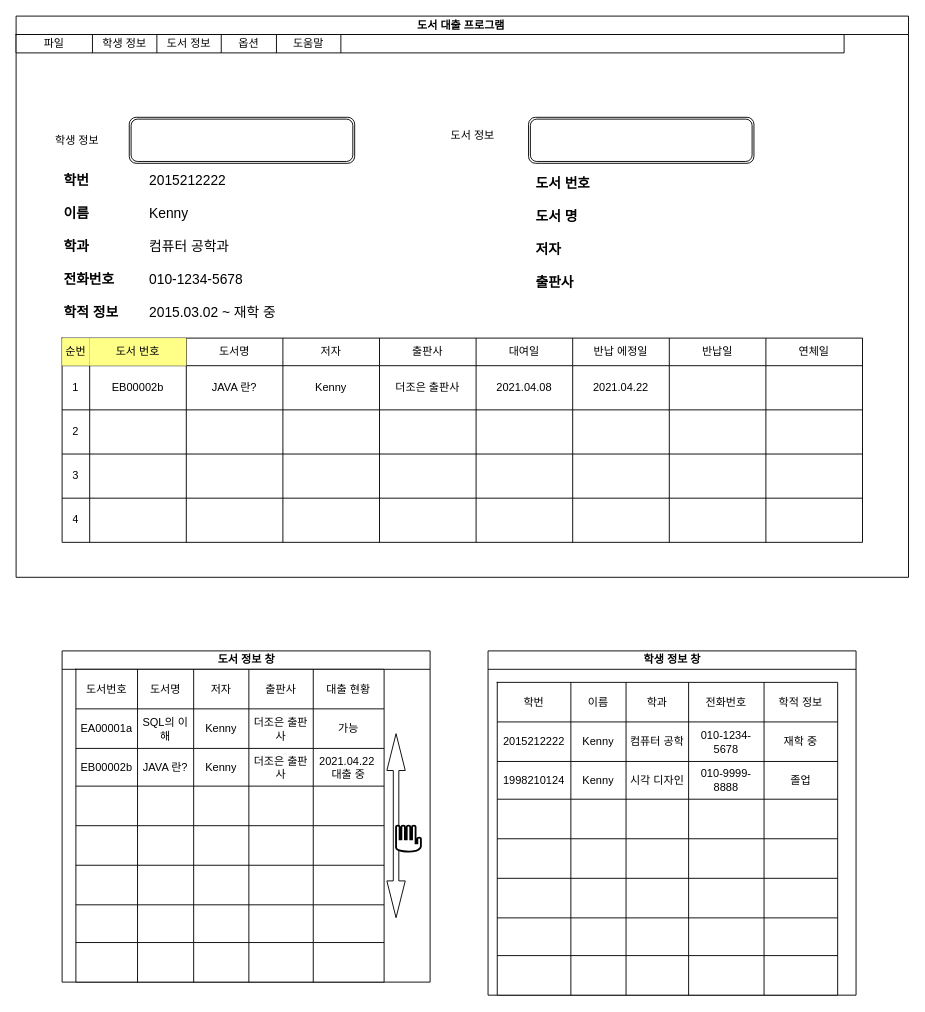
Above: Untitled Diagram.drawio in SooHoon95/Javalec-Real (draw.io), before the change. Source tidied: cells renumbered, new cells numbered last; positions are measured from the earlier drawing's top-left corner, leaving out a move shared by most shapes. Both pictures are drawn from the tidied source at 92%, with x=0, y=0 at pixel (16, 16).
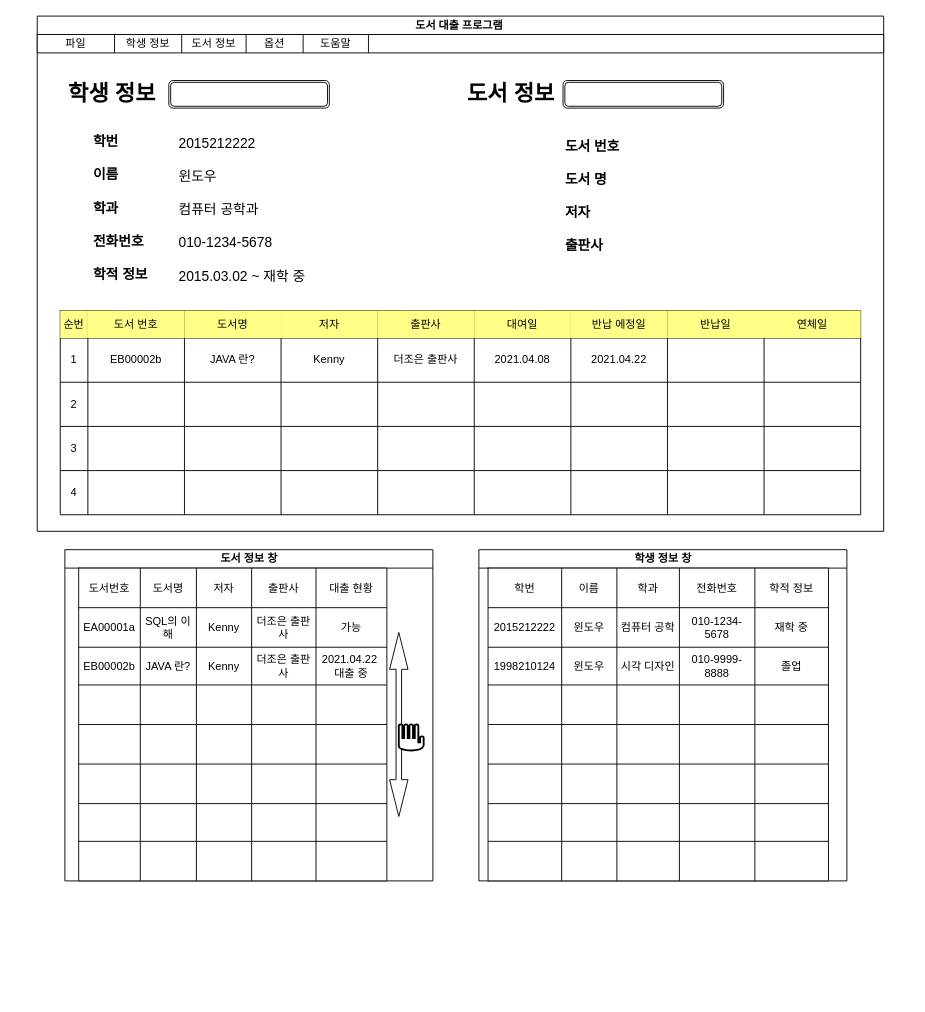
Above is the later version.

The change refers to these unchanged cells:
```xml
<mxCell id="10" style="shape=partialRectangle;html=1;whiteSpace=wrap;fillColor=none;top=0;left=0;bottom=0;right=0;" parent="9" vertex="1">
  <mxGeometry width="870" height="30" as="geometry" />
</mxCell>
<mxCell id="129" style="shape=partialRectangle;html=1;whiteSpace=wrap;fillColor=none;top=0;left=0;bottom=0;right=0;" parent="122" vertex="1">
  <mxGeometry y="43" width="370" height="43" as="geometry" />
</mxCell>
<mxCell id="135" style="shape=partialRectangle;html=1;whiteSpace=wrap;fillColor=none;top=0;left=0;bottom=0;right=0;" parent="122" vertex="1">
  <mxGeometry y="86" width="370" height="41" as="geometry" />
</mxCell>
```

What changed in the source:
```diff
@@
     <mxCell id="2" value="도서 대출 프로그램&amp;nbsp;" style="swimlane;html=1;startSize=20;horizontal=1;containerType=tree;newEdgeStyle={&quot;edgeStyle&quot;:&quot;elbowEdgeStyle&quot;,&quot;startArrow&quot;:&quot;none&quot;,&quot;endArrow&quot;:&quot;none&quot;};" parent="1" vertex="1">
-      <mxGeometry width="970" height="610" as="geometry" />
+      <mxGeometry x="23" width="920" height="560" as="geometry" />
     </mxCell>
     <mxCell id="3" value="&lt;div style=&quot;font-size: 15px&quot;&gt;&lt;b&gt;학번&amp;nbsp;&lt;/b&gt;&lt;/div&gt;&lt;div style=&quot;font-size: 15px&quot;&gt;&lt;b&gt;&lt;br style=&quot;font-size: 15px&quot;&gt;&lt;/b&gt;&lt;/div&gt;&lt;div style=&quot;font-size: 15px&quot;&gt;&lt;b&gt;이름&lt;/b&gt;&lt;/div&gt;&lt;div style=&quot;font-size: 15px&quot;&gt;&lt;b&gt;&lt;br style=&quot;font-size: 15px&quot;&gt;&lt;/b&gt;&lt;/div&gt;&lt;div style=&quot;font-size: 15px&quot;&gt;&lt;b&gt;학과&lt;/b&gt;&lt;/div&gt;&lt;div style=&quot;font-size: 15px&quot;&gt;&lt;b&gt;&lt;br style=&quot;font-size: 15px&quot;&gt;&lt;/b&gt;&lt;/div&gt;&lt;div style=&quot;font-size: 15px&quot;&gt;&lt;b&gt;전화번호&lt;/b&gt;&lt;/div&gt;&lt;div style=&quot;font-size: 15px&quot;&gt;&lt;b&gt;&lt;br style=&quot;font-size: 15px&quot;&gt;&lt;/b&gt;&lt;/div&gt;&lt;div style=&quot;font-size: 15px&quot;&gt;&lt;b&gt;학적 정보&amp;nbsp;&lt;/b&gt;&lt;/div&gt;" style="text;strokeColor=none;fillColor=none;html=1;whiteSpace=wrap;verticalAlign=middle;overflow=hidden;fontSize=15;" parent="2" vertex="1">
-      <mxGeometry x="50" y="160" width="70" height="180" as="geometry" />
+      <mxGeometry x="58.5" y="125" width="70" height="165" as="geometry" />
     </mxCell>
-    <mxCell id="4" style="shape=ext;double=1;rounded=1;whiteSpace=wrap;html=1;" parent="2" vertex="1">
-      <mxGeometry x="123" y="110" width="245" height="50" as="geometry" />
-    </mxCell>
     <mxCell id="5" style="shape=ext;double=1;rounded=1;whiteSpace=wrap;html=1;" parent="2" vertex="1">
-      <mxGeometry x="557" y="110" width="245" height="50" as="geometry" />
+      <mxGeometry x="571.5" y="70" width="174.5" height="30" as="geometry" />
     </mxCell>
     <mxCell id="6" value="&lt;b&gt;도서 번호&lt;br style=&quot;font-size: 15px&quot;&gt;&lt;br style=&quot;font-size: 15px&quot;&gt;도서 명&lt;br style=&quot;font-size: 15px&quot;&gt;&lt;br style=&quot;font-size: 15px&quot;&gt;저자&lt;br style=&quot;font-size: 15px&quot;&gt;&lt;br style=&quot;font-size: 15px&quot;&gt;출판사&lt;/b&gt;" style="text;strokeColor=none;fillColor=none;html=1;whiteSpace=wrap;verticalAlign=middle;overflow=hidden;fontSize=15;" parent="2" vertex="1">
-      <mxGeometry x="563" y="170" width="67" height="130" as="geometry" />
+      <mxGeometry x="571.5" y="130" width="67" height="130" as="geometry" />
     </mxCell>
-    <mxCell id="7" value="&lt;div&gt;학생 정보&lt;/div&gt;" style="text;strokeColor=none;fillColor=none;html=1;whiteSpace=wrap;verticalAlign=middle;overflow=hidden;align=center;" parent="2" vertex="1">
-      <mxGeometry x="33" y="115" width="67" height="40" as="geometry" />
+    <mxCell id="7" value="&lt;div style=&quot;font-size: 24px;&quot;&gt;학생 정보&lt;/div&gt;" style="text;strokeColor=none;fillColor=none;html=1;whiteSpace=wrap;verticalAlign=middle;overflow=hidden;align=center;fontSize=24;fontStyle=1;" parent="2" vertex="1">
+      <mxGeometry x="33" y="65" width="97" height="40" as="geometry" />
     </mxCell>
-    <mxCell id="8" value="&lt;div&gt;도서 정보&lt;/div&gt;" style="text;strokeColor=none;fillColor=none;html=1;whiteSpace=wrap;verticalAlign=middle;overflow=hidden;align=center;" parent="2" vertex="1">
-      <mxGeometry x="463" y="110" width="67" height="40" as="geometry" />
+    <mxCell id="8" value="&lt;div style=&quot;font-size: 24px;&quot;&gt;도서 정보&lt;/div&gt;" style="text;strokeColor=none;fillColor=none;html=1;whiteSpace=wrap;verticalAlign=middle;overflow=hidden;align=center;fontSize=24;fontStyle=1;" parent="2" vertex="1">
+      <mxGeometry x="460" y="65" width="110" height="40" as="geometry" />
     </mxCell>
     <mxCell id="9" style="shape=table;html=1;whiteSpace=wrap;startSize=0;childLayout=tableLayout;" parent="2" vertex="1">
-      <mxGeometry x="50" y="350" width="870" height="222" as="geometry" />
+      <mxGeometry x="25" y="320" width="870" height="222" as="geometry" />
     </mxCell>
@@
-    <mxCell id="11" value="순번" style="shape=partialRectangle;html=1;whiteSpace=wrap;overflow=hidden;fillColor=#ffff88;top=0;left=0;bottom=0;right=0;strokeColor=#36393d;" parent="10" vertex="1">
+    <mxCell id="11" value="순번" style="shape=partialRectangle;html=1;whiteSpace=wrap;overflow=hidden;fillColor=#ffff88;top=0;left=0;bottom=0;right=0;strokeWidth=5;" parent="10" vertex="1">
       <mxGeometry width="30" height="30" as="geometry" />
     </mxCell>
-    <mxCell id="12" value="도서 번호" style="shape=partialRectangle;html=1;whiteSpace=wrap;overflow=hidden;fillColor=#ffff88;top=0;left=0;bottom=0;right=0;strokeColor=#36393d;" parent="10" vertex="1">
+    <mxCell id="12" value="도서 번호" style="shape=partialRectangle;html=1;whiteSpace=wrap;overflow=hidden;fillColor=#ffff88;top=0;left=0;bottom=0;right=0;strokeWidth=5;perimeterSpacing=5;" parent="10" vertex="1">
       <mxGeometry x="30" width="105" height="30" as="geometry" />
     </mxCell>
-    <mxCell id="13" value="도서명" style="shape=partialRectangle;html=1;whiteSpace=wrap;overflow=hidden;fillColor=none;top=0;left=0;bottom=0;right=0;" parent="10" vertex="1">
+    <mxCell id="13" value="도서명" style="shape=partialRectangle;html=1;whiteSpace=wrap;overflow=hidden;fillColor=#ffff88;top=0;left=0;bottom=0;right=0;strokeWidth=5;" parent="10" vertex="1">
       <mxGeometry x="135" width="105" height="30" as="geometry" />
     </mxCell>
-    <mxCell id="14" value="저자" style="shape=partialRectangle;html=1;whiteSpace=wrap;overflow=hidden;fillColor=none;top=0;left=0;bottom=0;right=0;" parent="10" vertex="1">
+    <mxCell id="14" value="저자" style="shape=partialRectangle;html=1;whiteSpace=wrap;overflow=hidden;fillColor=#ffff88;top=0;left=0;bottom=0;right=0;strokeWidth=5;" parent="10" vertex="1">
       <mxGeometry x="240" width="105" height="30" as="geometry" />
     </mxCell>
-    <mxCell id="15" value="출판사" style="shape=partialRectangle;html=1;whiteSpace=wrap;overflow=hidden;fillColor=none;top=0;left=0;bottom=0;right=0;" parent="10" vertex="1">
+    <mxCell id="15" value="출판사" style="shape=partialRectangle;html=1;whiteSpace=wrap;overflow=hidden;fillColor=#ffff88;top=0;left=0;bottom=0;right=0;strokeWidth=5;" parent="10" vertex="1">
       <mxGeometry x="345" width="105" height="30" as="geometry" />
     </mxCell>
-    <mxCell id="16" value="대여일" style="shape=partialRectangle;html=1;whiteSpace=wrap;overflow=hidden;fillColor=none;top=0;left=0;bottom=0;right=0;" parent="10" vertex="1">
+    <mxCell id="16" value="대여일" style="shape=partialRectangle;html=1;whiteSpace=wrap;overflow=hidden;fillColor=#ffff88;top=0;left=0;bottom=0;right=0;strokeWidth=5;" parent="10" vertex="1">
       <mxGeometry x="450" width="105" height="30" as="geometry" />
     </mxCell>
-    <mxCell id="17" value="반납 에정일" style="shape=partialRectangle;html=1;whiteSpace=wrap;overflow=hidden;fillColor=none;top=0;left=0;bottom=0;right=0;" parent="10" vertex="1">
+    <mxCell id="17" value="반납 에정일" style="shape=partialRectangle;html=1;whiteSpace=wrap;overflow=hidden;fillColor=#ffff88;top=0;left=0;bottom=0;right=0;strokeWidth=5;" parent="10" vertex="1">
       <mxGeometry x="555" width="105" height="30" as="geometry" />
     </mxCell>
-    <mxCell id="18" value="반납일" style="shape=partialRectangle;html=1;whiteSpace=wrap;overflow=hidden;fillColor=none;top=0;left=0;bottom=0;right=0;" parent="10" vertex="1">
+    <mxCell id="18" value="반납일" style="shape=partialRectangle;html=1;whiteSpace=wrap;overflow=hidden;fillColor=#ffff88;top=0;left=0;bottom=0;right=0;strokeWidth=5;" parent="10" vertex="1">
       <mxGeometry x="660" width="105" height="30" as="geometry" />
     </mxCell>
-    <mxCell id="19" value="연체일" style="shape=partialRectangle;html=1;whiteSpace=wrap;overflow=hidden;fillColor=none;top=0;left=0;bottom=0;right=0;" parent="10" vertex="1">
+    <mxCell id="19" value="연체일" style="shape=partialRectangle;html=1;whiteSpace=wrap;overflow=hidden;fillColor=#ffff88;top=0;left=0;bottom=0;right=0;strokeWidth=5;perimeterSpacing=5;" parent="10" vertex="1">
       <mxGeometry x="765" width="105" height="30" as="geometry" />
     </mxCell>
@@
-    <mxCell id="60" value="2015212222&lt;br&gt;&lt;br&gt;Kenny&lt;br&gt;&lt;br&gt;컴퓨터 공학과&lt;br&gt;&lt;br&gt;010-1234-5678&lt;br&gt;&lt;br&gt;2015.03.02 ~ 재학 중" style="text;strokeColor=none;fillColor=none;html=1;whiteSpace=wrap;verticalAlign=middle;overflow=hidden;fontSize=15;" parent="2" vertex="1">
-      <mxGeometry x="143" y="160" width="257" height="180" as="geometry" />
+    <mxCell id="60" value="2015212222&lt;br&gt;&lt;br&gt;윈도우&lt;br&gt;&lt;br&gt;컴퓨터 공학과&lt;br&gt;&lt;br&gt;010-1234-5678&lt;br&gt;&lt;br&gt;2015.03.02 ~ 재학 중" style="text;strokeColor=none;fillColor=none;html=1;whiteSpace=wrap;verticalAlign=middle;overflow=hidden;fontSize=15;" parent="2" vertex="1">
+      <mxGeometry x="151.5" y="120" width="257" height="180" as="geometry" />
     </mxCell>
     <mxCell id="61" style="shape=table;html=1;whiteSpace=wrap;startSize=0;childLayout=tableLayout;" parent="2" vertex="1">
-      <mxGeometry y="20" width="900" height="20" as="geometry" />
+      <mxGeometry y="20" width="920" height="20" as="geometry" />
     </mxCell>
     <mxCell id="62" style="shape=partialRectangle;html=1;whiteSpace=wrap;fillColor=none;top=0;left=0;bottom=0;right=0;" parent="61" vertex="1">
-      <mxGeometry width="900" height="20" as="geometry" />
+      <mxGeometry width="920" height="20" as="geometry" />
     </mxCell>
     <mxCell id="63" value="파일" style="shape=partialRectangle;html=1;whiteSpace=wrap;overflow=hidden;fillColor=none;top=0;left=0;bottom=0;right=0;" parent="62" vertex="1">
-      <mxGeometry width="83" height="20" as="geometry" />
+      <mxGeometry width="84" height="20" as="geometry" />
     </mxCell>
     <mxCell id="64" value="학생 정보" style="shape=partialRectangle;html=1;whiteSpace=wrap;overflow=hidden;fillColor=none;top=0;left=0;bottom=0;right=0;" parent="62" vertex="1">
-      <mxGeometry x="83" width="70" height="20" as="geometry" />
+      <mxGeometry x="84" width="73" height="20" as="geometry" />
     </mxCell>
     <mxCell id="65" value="도서 정보" style="shape=partialRectangle;html=1;whiteSpace=wrap;overflow=hidden;fillColor=none;top=0;left=0;bottom=0;right=0;" parent="62" vertex="1">
-      <mxGeometry x="153" width="70" height="20" as="geometry" />
+      <mxGeometry x="157" width="70" height="20" as="geometry" />
     </mxCell>
     <mxCell id="66" value="옵션" style="shape=partialRectangle;html=1;whiteSpace=wrap;overflow=hidden;fillColor=none;top=0;left=0;bottom=0;right=0;" parent="62" vertex="1">
-      <mxGeometry x="223" width="60" height="20" as="geometry" />
+      <mxGeometry x="227" width="62" height="20" as="geometry" />
     </mxCell>
     <mxCell id="67" value="도움말" style="shape=partialRectangle;html=1;whiteSpace=wrap;overflow=hidden;fillColor=none;top=0;left=0;bottom=0;right=0;" parent="62" vertex="1">
-      <mxGeometry x="283" width="70" height="20" as="geometry" />
+      <mxGeometry x="289" width="71" height="20" as="geometry" />
     </mxCell>
     <mxCell id="68" style="shape=partialRectangle;html=1;whiteSpace=wrap;overflow=hidden;fillColor=none;top=0;left=0;bottom=0;right=0;" parent="62" vertex="1">
-      <mxGeometry x="353" width="547" height="20" as="geometry" />
+      <mxGeometry x="360" width="560" height="20" as="geometry" />
     </mxCell>
+    <mxCell id="171" style="shape=ext;double=1;rounded=1;whiteSpace=wrap;html=1;" parent="2" vertex="1">
+      <mxGeometry x="143" y="70" width="174.5" height="30" as="geometry" />
+    </mxCell>
     <mxCell id="69" value="도서 정보 창" style="swimlane;html=1;startSize=20;horizontal=1;containerType=tree;align=center;" parent="1" vertex="1">
-      <mxGeometry x="50" y="690" width="400" height="360" as="geometry" />
+      <mxGeometry x="53" y="580" width="400" height="360" as="geometry" />
     </mxCell>
@@
     <mxCell id="121" value="학생 정보 창" style="swimlane;html=1;startSize=20;horizontal=1;containerType=tree;align=center;" parent="1" vertex="1">
-      <mxGeometry x="513" y="690" width="400" height="374.2" as="geometry" />
+      <mxGeometry x="503" y="580" width="400" height="360" as="geometry" />
     </mxCell>
     <mxCell id="122" style="shape=table;html=1;whiteSpace=wrap;startSize=0;childLayout=tableLayout;" parent="121" vertex="1">
-      <mxGeometry x="10" y="34.2" width="370" height="340" as="geometry" />
+      <mxGeometry x="10" y="20" width="370" height="340" as="geometry" />
     </mxCell>
@@
-    <mxCell id="131" value="Kenny" style="shape=partialRectangle;html=1;whiteSpace=wrap;overflow=hidden;fillColor=none;top=0;left=0;bottom=0;right=0;" parent="129" vertex="1">
+    <mxCell id="131" value="윈도우" style="shape=partialRectangle;html=1;whiteSpace=wrap;overflow=hidden;fillColor=none;top=0;left=0;bottom=0;right=0;" parent="129" vertex="1">
       <mxGeometry x="80" width="60" height="43" as="geometry" />
     </mxCell>
@@
-    <mxCell id="137" value="Kenny" style="shape=partialRectangle;html=1;whiteSpace=wrap;overflow=hidden;fillColor=none;top=0;left=0;bottom=0;right=0;" parent="135" vertex="1">
+    <mxCell id="137" value="윈도우" style="shape=partialRectangle;html=1;whiteSpace=wrap;overflow=hidden;fillColor=none;top=0;left=0;bottom=0;right=0;" parent="135" vertex="1">
       <mxGeometry x="80" width="60" height="41" as="geometry" />
     </mxCell>
```
